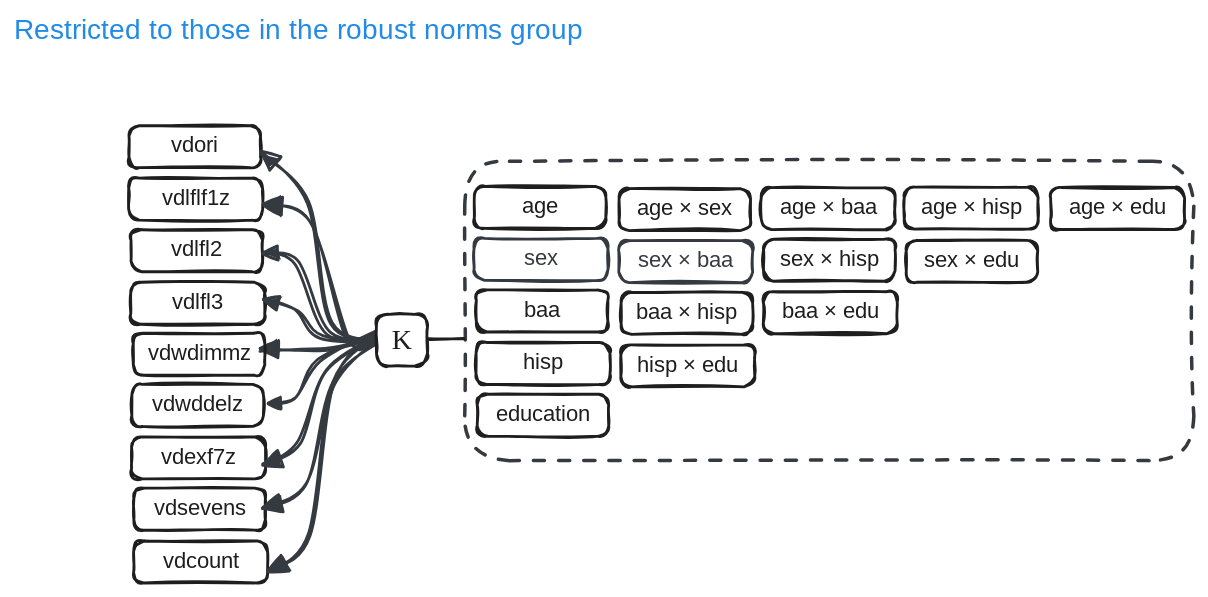
Earlier version of the Excalidraw export R/excalidraw/PMM-012-Preliminary_Model.excalidraw.svg (dougtommet/HRS_cog_classification). Source tidied: one line per element, renumbered; positions are measured from the earlier drawing's top-left corner, leaving out a move shared by most shapes.
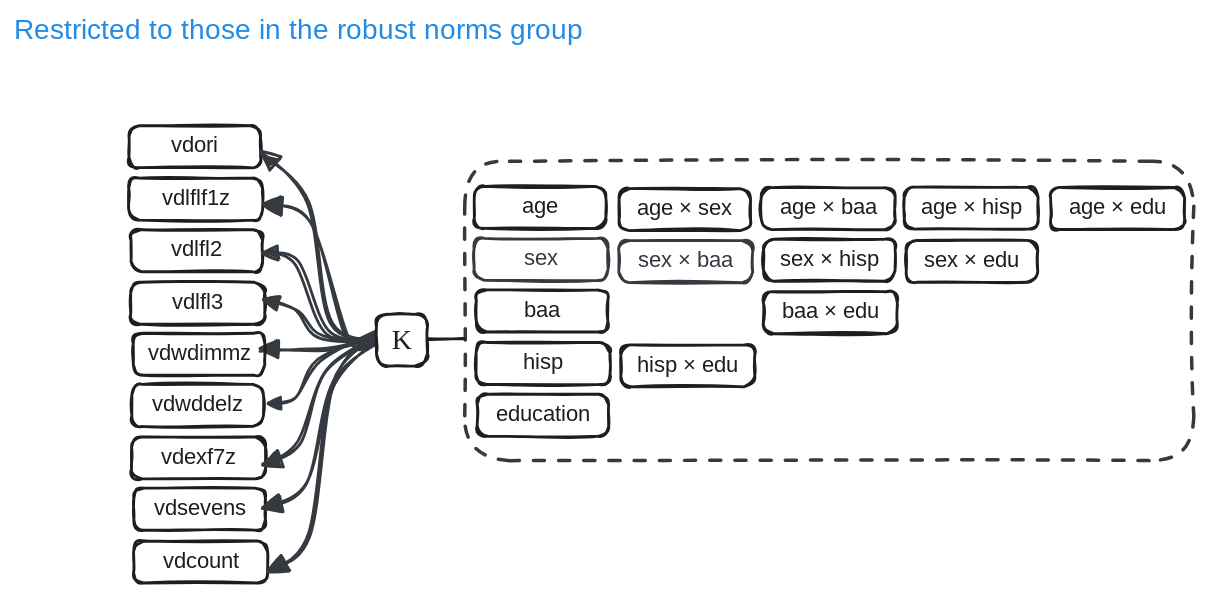
After the change.

Change to the diagram source:
```diff
@@ -26,8 +26,6 @@
 {"id": 25, "type": "text", "text": "vdcount", "strokeColor": "#1e1e1e", "strokeWidth": 2, "roughness": 1, "fontSize": 16, "fontFamily": 5, "textAlign": "center", "verticalAlign": "middle", "inside": 24, "x": 102, "y": 382, "width": 62, "height": 20}
 {"id": 26, "type": "rectangle", "strokeColor": "#1e1e1e", "strokeWidth": 2, "roughness": 1, "round": true, "x": 432, "y": 125, "width": 94, "height": 30}
 {"id": 27, "type": "text", "text": "age × sex", "strokeColor": "#1e1e1e", "strokeWidth": 2, "roughness": 1, "fontSize": 16, "fontFamily": 5, "textAlign": "center", "verticalAlign": "middle", "inside": 26, "x": 442, "y": 130, "width": 75, "height": 20}
-{"id": 28, "type": "rectangle", "strokeColor": "#1e1e1e", "strokeWidth": 2, "roughness": 1, "round": true, "x": 434, "y": 199, "width": 94, "height": 30}
-{"id": 29, "type": "text", "text": "baa × hisp", "strokeColor": "#1e1e1e", "strokeWidth": 2, "roughness": 1, "fontSize": 16, "fontFamily": 5, "textAlign": "center", "verticalAlign": "middle", "inside": 28, "x": 441, "y": 204, "width": 79, "height": 20}
 {"id": 30, "type": "rectangle", "strokeColor": "#1e1e1e", "strokeWidth": 2, "roughness": 1, "round": true, "x": 535, "y": 161, "width": 94, "height": 30}
 {"id": 31, "type": "text", "text": "sex × hisp", "strokeColor": "#1e1e1e", "strokeWidth": 2, "roughness": 1, "fontSize": 16, "fontFamily": 5, "textAlign": "center", "verticalAlign": "middle", "inside": 30, "x": 543, "y": 166, "width": 79, "height": 20}
 {"id": 32, "type": "rectangle", "strokeColor": "#343a40", "strokeWidth": 2, "roughness": 1, "round": true, "x": 432, "y": 162, "width": 96, "height": 30}
```
